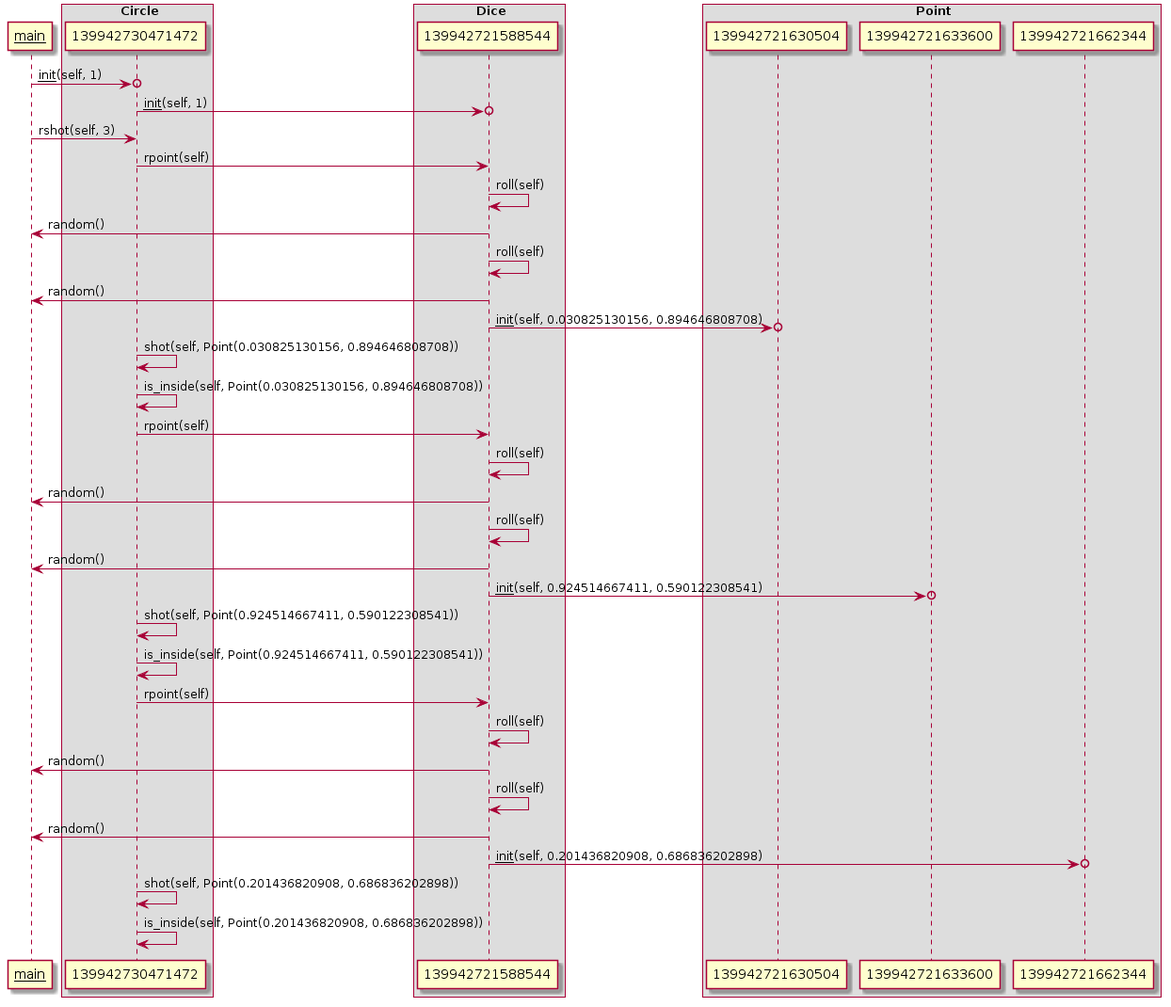
Before: doc/example.autouml.png, a diagram exported from PlantUML (ozroc/autouml).
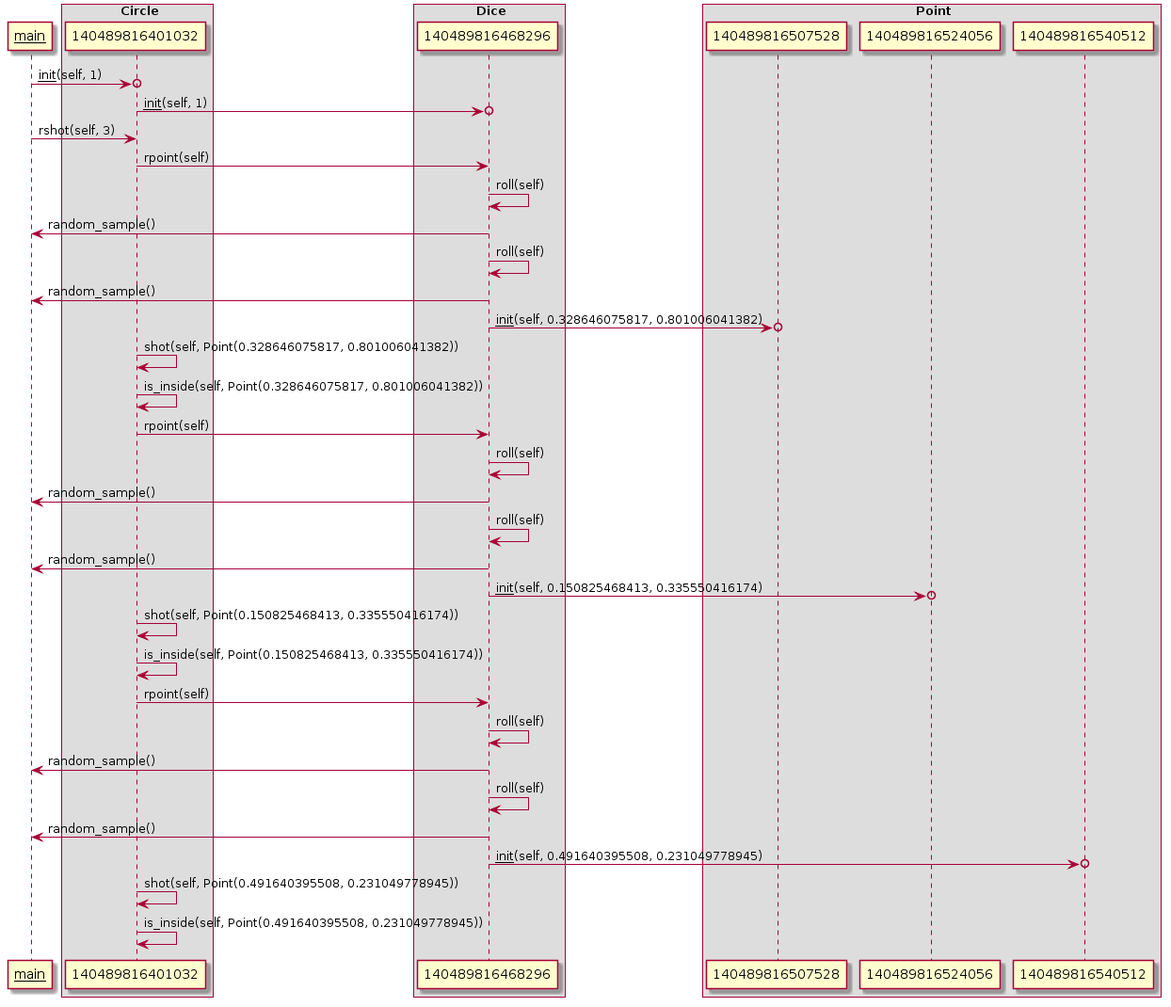
After the change.

Diff of the diagram source:
```diff
@@ -1,52 +1,52 @@
 @startuml
-__main__->o 139942730471472: __init__(self, 1)
+__main__->o 140489816401032: __init__(self, 1)
 box " Circle"
-  participant 139942730471472
+  participant 140489816401032
 end box
 
-139942730471472->o 139942721588544: __init__(self, 1)
+140489816401032->o 140489816468296: __init__(self, 1)
 box " Dice"
-  participant 139942721588544
+  participant 140489816468296
 end box
 
-__main__->139942730471472: rshot(self, 3)
-139942730471472->139942721588544: rpoint(self)
-139942721588544->139942721588544: roll(self)
-139942721588544->__main__: random()
-139942721588544->139942721588544: roll(self)
-139942721588544->__main__: random()
-139942721588544->o 139942721630504: __init__(self, 0.030825130156, 0.894646808708)
+__main__->140489816401032: rshot(self, 3)
+140489816401032->140489816468296: rpoint(self)
+140489816468296->140489816468296: roll(self)
+140489816468296->__main__: random_sample()
+140489816468296->140489816468296: roll(self)
+140489816468296->__main__: random_sample()
+140489816468296->o 140489816507528: __init__(self, 0.328646075817, 0.801006041382)
 box " Point"
-  participant 139942721630504
+  participant 140489816507528
 end box
 
-139942730471472->139942730471472: shot(self, Point(0.030825130156, 0.894646808708))
-139942730471472->139942730471472: is_inside(self, Point(0.030825130156, 0.894646808708))
-139942730471472->139942721588544: rpoint(self)
-139942721588544->139942721588544: roll(self)
-139942721588544->__main__: random()
-139942721588544->139942721588544: roll(self)
-139942721588544->__main__: random()
-139942721588544->o 139942721633600: __init__(self, 0.924514667411, 0.590122308541)
+140489816401032->140489816401032: shot(self, Point(0.328646075817, 0.801006041382))
+140489816401032->140489816401032: is_inside(self, Point(0.328646075817, 0.801006041382))
+140489816401032->140489816468296: rpoint(self)
+140489816468296->140489816468296: roll(self)
+140489816468296->__main__: random_sample()
+140489816468296->140489816468296: roll(self)
+140489816468296->__main__: random_sample()
+140489816468296->o 140489816524056: __init__(self, 0.150825468413, 0.335550416174)
 box " Point"
-  participant 139942721630504
-  participant 139942721633600
+  participant 140489816507528
+  participant 140489816524056
 end box
 
-139942730471472->139942730471472: shot(self, Point(0.924514667411, 0.590122308541))
-139942730471472->139942730471472: is_inside(self, Point(0.924514667411, 0.590122308541))
-139942730471472->139942721588544: rpoint(self)
-139942721588544->139942721588544: roll(self)
-139942721588544->__main__: random()
-139942721588544->139942721588544: roll(self)
-139942721588544->__main__: random()
-139942721588544->o 139942721662344: __init__(self, 0.201436820908, 0.686836202898)
+140489816401032->140489816401032: shot(self, Point(0.150825468413, 0.335550416174))
+140489816401032->140489816401032: is_inside(self, Point(0.150825468413, 0.335550416174))
+140489816401032->140489816468296: rpoint(self)
+140489816468296->140489816468296: roll(self)
+140489816468296->__main__: random_sample()
+140489816468296->140489816468296: roll(self)
+140489816468296->__main__: random_sample()
+140489816468296->o 140489816540512: __init__(self, 0.491640395508, 0.231049778945)
 box " Point"
-  participant 139942721630504
-  participant 139942721633600
-  participant 139942721662344
+  participant 140489816507528
+  participant 140489816524056
+  participant 140489816540512
 end box
 
-139942730471472->139942730471472: shot(self, Point(0.201436820908, 0.686836202898))
-139942730471472->139942730471472: is_inside(self, Point(0.201436820908, 0.686836202898))
+140489816401032->140489816401032: shot(self, Point(0.491640395508, 0.231049778945))
+140489816401032->140489816401032: is_inside(self, Point(0.491640395508, 0.231049778945))
 @enduml
```
